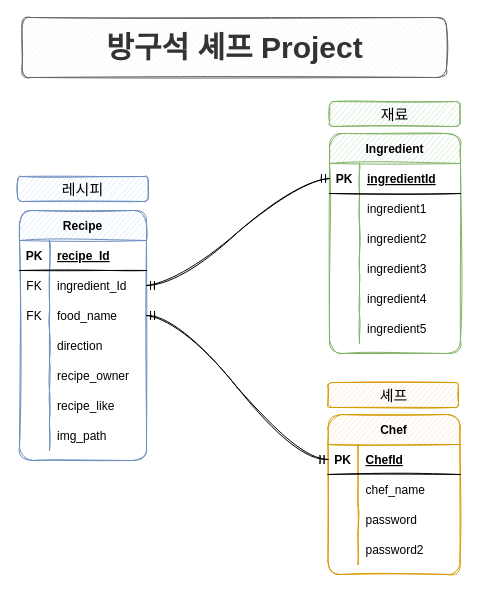
kingdomunder/recipe_recommendation keeps this draw.io diagram as Untitled Diagram.drawio. Above is the earlier version. Source tidied: cells renumbered, new cells numbered last; positions are measured from the earlier drawing's top-left corner, leaving out a move shared by most shapes. Both pictures are drawn from the tidied source at 100%, with x=0, y=0 at pixel (17, 17).
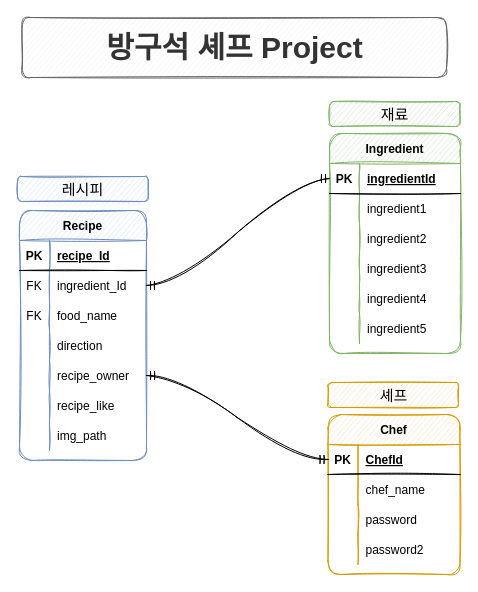
The same page after the edit.

The change refers to these unchanged cells:
```xml
<mxCell id="22" style="shape=partialRectangle;fillColor=none;points=[[0,0.5],[1,0.5]];portConstraint=eastwest;top=0;left=0;right=0;bottom=1;sketch=1;rounded=1;" parent="21" vertex="1">
  <mxGeometry y="30" width="132" height="30" as="geometry" />
</mxCell>
<mxCell id="41" style="shape=partialRectangle;fillColor=none;points=[[0,0.5],[1,0.5]];portConstraint=eastwest;top=0;left=0;right=0;bottom=0;sketch=1;rounded=1;" parent="34" vertex="1">
  <mxGeometry y="90" width="127" height="30" as="geometry" />
</mxCell>
<mxCell id="47" style="shape=partialRectangle;fillColor=none;points=[[0,0.5],[1,0.5]];portConstraint=eastwest;top=0;left=0;right=0;bottom=0;sketch=1;rounded=1;" parent="34" vertex="1">
  <mxGeometry y="150" width="127" height="30" as="geometry" />
</mxCell>
```

What changed in the source:
```diff
@@
-    <mxCell id="57" style="edgeStyle=entityRelationEdgeStyle;fontSize=12;html=1;endArrow=ERmandOne;startArrow=ERmandOne;entryX=0;entryY=0.5;entryDx=0;entryDy=0;exitX=1;exitY=0.5;exitDx=0;exitDy=0;sketch=1;curved=1;" parent="1" edge="1" source="41" target="22">
+    <mxCell id="57" style="edgeStyle=entityRelationEdgeStyle;fontSize=12;html=1;endArrow=ERmandOne;startArrow=ERmandOne;entryX=0;entryY=0.5;entryDx=0;entryDy=0;exitX=1;exitY=0.5;exitDx=0;exitDy=0;sketch=1;curved=1;" parent="1" edge="1" source="47" target="22">
       <mxGeometry relative="1" as="geometry" />
     </mxCell>
```
